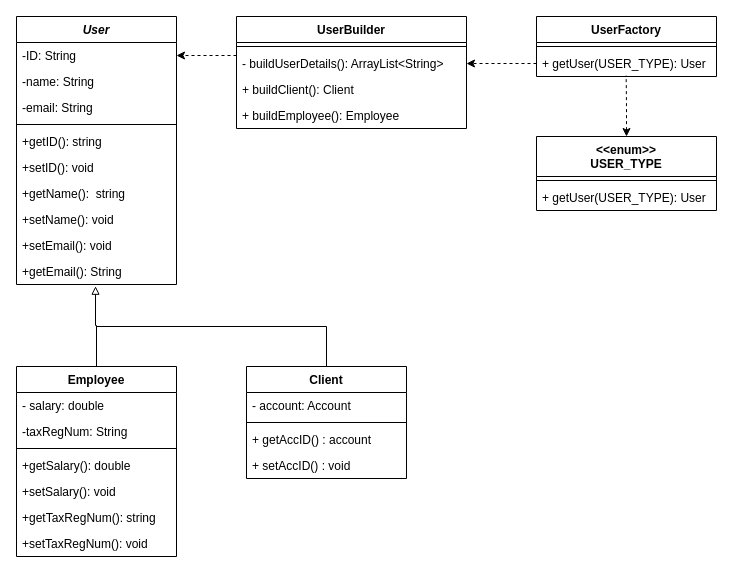
John-Ad/prg2-group-project keeps this draw.io diagram as User uml.drawio. Above is the earlier version. Source tidied: cells renumbered, new cells numbered last; positions are measured from the earlier drawing's top-left corner, leaving out a move shared by most shapes. Both pictures are drawn from the tidied source at 100%, with x=0, y=0 at pixel (16, 16).
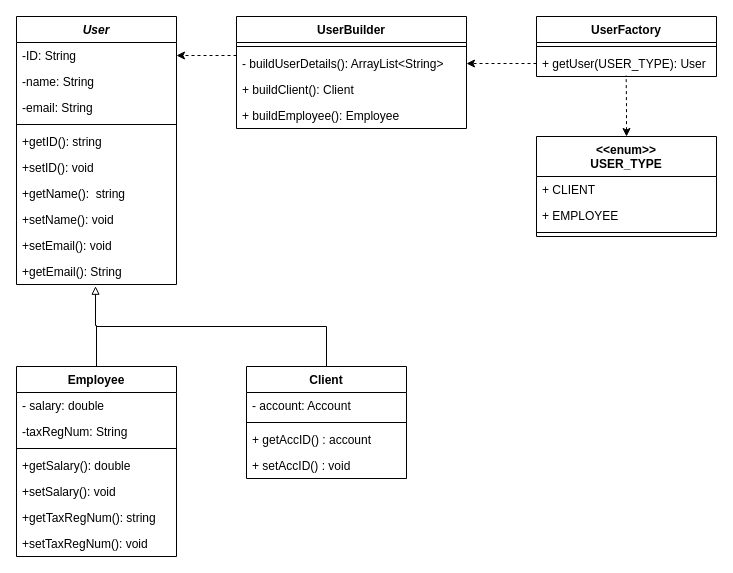
After the change.

The edit, as a diff of the source:
```diff
@@
     <mxCell id="39" value="&lt;&lt;enum&gt;&gt;&#10;USER_TYPE" style="swimlane;fontStyle=1;align=center;verticalAlign=top;horizontal=1;startSize=40;" parent="1" vertex="1">
-      <mxGeometry x="520" y="120" width="180" height="74" as="geometry" />
+      <mxGeometry x="520" y="120" width="180" height="100" as="geometry" />
     </mxCell>
+    <mxCell id="42" value="+ CLIENT" style="text;strokeColor=none;fillColor=none;align=left;verticalAlign=top;spacingLeft=4;spacingRight=4;overflow=hidden;" parent="39" vertex="1">
+      <mxGeometry y="40" width="180" height="26" as="geometry" />
+    </mxCell>
+    <mxCell id="43" value="+ EMPLOYEE" style="text;strokeColor=none;fillColor=none;align=left;verticalAlign=top;spacingLeft=4;spacingRight=4;overflow=hidden;" parent="39" vertex="1">
+      <mxGeometry y="66" width="180" height="26" as="geometry" />
+    </mxCell>
     <mxCell id="40" style="line;strokeWidth=1;fillColor=none;align=left;verticalAlign=middle;spacingTop=-1;spacingLeft=3;spacingRight=3;labelPosition=right;" parent="39" vertex="1">
-      <mxGeometry y="40" width="180" height="8" as="geometry" />
+      <mxGeometry y="92" width="180" height="8" as="geometry" />
     </mxCell>
-    <mxCell id="41" value="+ getUser(USER_TYPE): User" style="text;strokeColor=none;fillColor=none;align=left;verticalAlign=top;spacingLeft=4;spacingRight=4;overflow=hidden;" parent="39" vertex="1">
-      <mxGeometry y="48" width="180" height="26" as="geometry" />
-    </mxCell>
```
